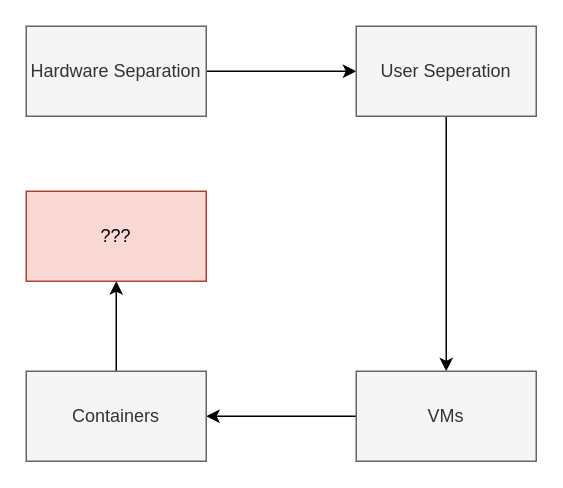
FAUSheppy/lightning-talks keeps this draw.io diagram as kubernetes/progression-of-separation.drawio. Above is the earlier version. Source tidied: cells renumbered, new cells numbered last; positions are measured from the earlier drawing's top-left corner, leaving out a move shared by most shapes. Both pictures are drawn from the tidied source at 150%, with x=0, y=0 at pixel (26, 26).
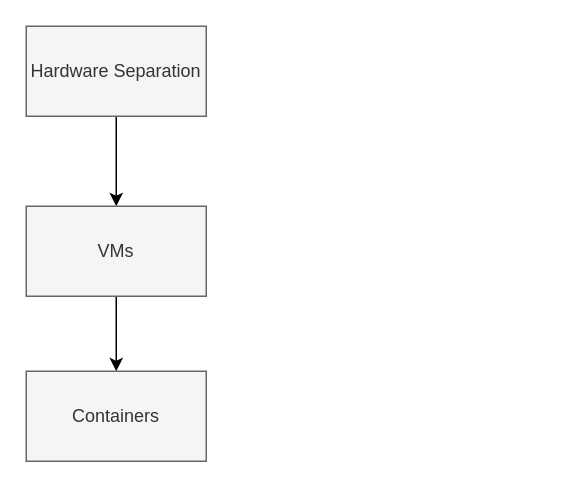
Above is the later version.

What changed in the source:
```diff
@@
 <mxGraphModel>
   <root>
     <mxCell id="0" />
     <mxCell id="1" parent="0" />
-    <mxCell id="2" style="edgeStyle=orthogonalEdgeStyle;rounded=0;jettySize=auto;html=1;exitX=1;exitY=0.5;exitDx=0;exitDy=0;" parent="1" edge="1" source="3" target="5">
-      <mxGeometry relative="1" as="geometry" />
-    </mxCell>
+    <mxCell id="11" style="edgeStyle=orthogonalEdgeStyle;rounded=0;jettySize=auto;html=1;exitX=0.5;exitY=1;exitDx=0;exitDy=0;" parent="1" edge="1" source="3" target="7">
+      <mxGeometry relative="1" as="geometry" />
+    </mxCell>
     <mxCell id="3" value="Hardware Separation" style="rounded=0;whiteSpace=wrap;html=1;fillColor=#f5f5f5;fontColor=#333333;strokeColor=#666666;" parent="1" vertex="1">
       <mxGeometry width="120" height="60" as="geometry" />
     </mxCell>
-    <mxCell id="4" style="edgeStyle=orthogonalEdgeStyle;rounded=0;jettySize=auto;html=1;exitX=0.5;exitY=1;exitDx=0;exitDy=0;entryX=0.5;entryY=0;entryDx=0;entryDy=0;" parent="1" edge="1" source="5" target="7">
-      <mxGeometry relative="1" as="geometry" />
-    </mxCell>
-    <mxCell id="5" value="User Seperation" style="rounded=0;whiteSpace=wrap;html=1;fillColor=#f5f5f5;strokeColor=#666666;fontColor=#333333;" parent="1" vertex="1">
-      <mxGeometry x="220" width="120" height="60" as="geometry" />
-    </mxCell>
     <mxCell id="6" style="edgeStyle=orthogonalEdgeStyle;rounded=0;jettySize=auto;html=1;" parent="1" edge="1" source="7" target="9">
       <mxGeometry relative="1" as="geometry" />
     </mxCell>
     <mxCell id="7" value="VMs" style="rounded=0;whiteSpace=wrap;html=1;fillColor=#f5f5f5;fontColor=#333333;strokeColor=#666666;" parent="1" vertex="1">
-      <mxGeometry x="220" y="230" width="120" height="60" as="geometry" />
+      <mxGeometry y="120" width="120" height="60" as="geometry" />
     </mxCell>
-    <mxCell id="8" style="edgeStyle=orthogonalEdgeStyle;rounded=0;jettySize=auto;html=1;exitX=0.5;exitY=0;exitDx=0;exitDy=0;entryX=0.5;entryY=1;entryDx=0;entryDy=0;" parent="1" edge="1" source="9" target="10">
-      <mxGeometry relative="1" as="geometry" />
-    </mxCell>
     <mxCell id="9" value="Containers" style="rounded=0;whiteSpace=wrap;html=1;fillColor=#f5f5f5;fontColor=#333333;strokeColor=#666666;" parent="1" vertex="1">
       <mxGeometry y="230" width="120" height="60" as="geometry" />
     </mxCell>
-    <mxCell id="10" value="???" style="rounded=0;whiteSpace=wrap;html=1;fillColor=#fad9d5;strokeColor=#ae4132;" parent="1" vertex="1">
-      <mxGeometry y="110" width="120" height="60" as="geometry" />
-    </mxCell>
   </root>
 </mxGraphModel>
```
